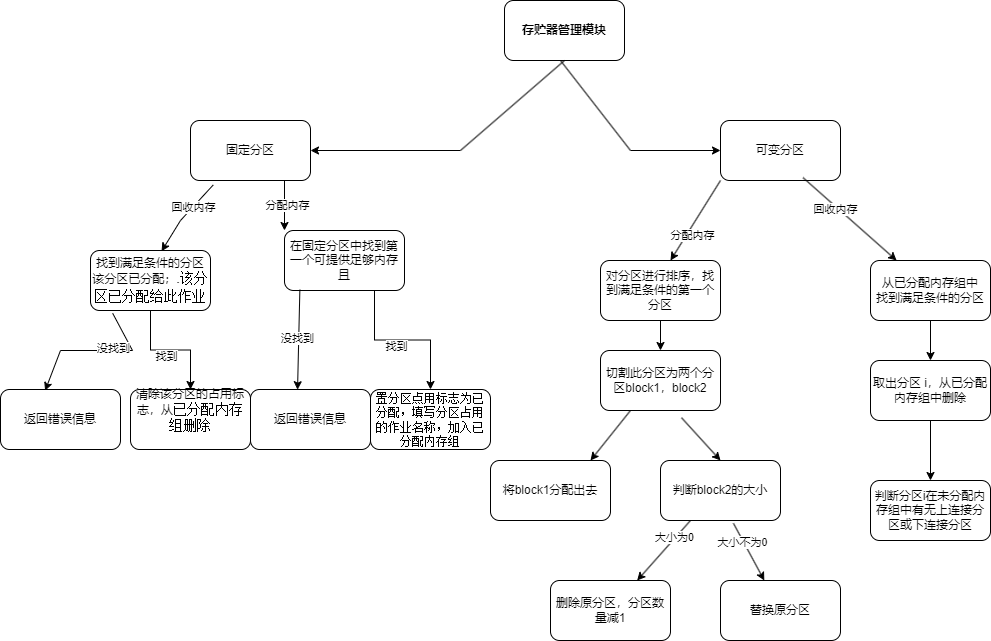
Before: draw.io/存贮器管理模块设计.drawio.png, a diagram exported from draw.io (Nessential/draw.io). Source tidied: cells renumbered, new cells last; positions are measured from the earlier drawing's top-left corner, leaving out a move shared by most shapes.
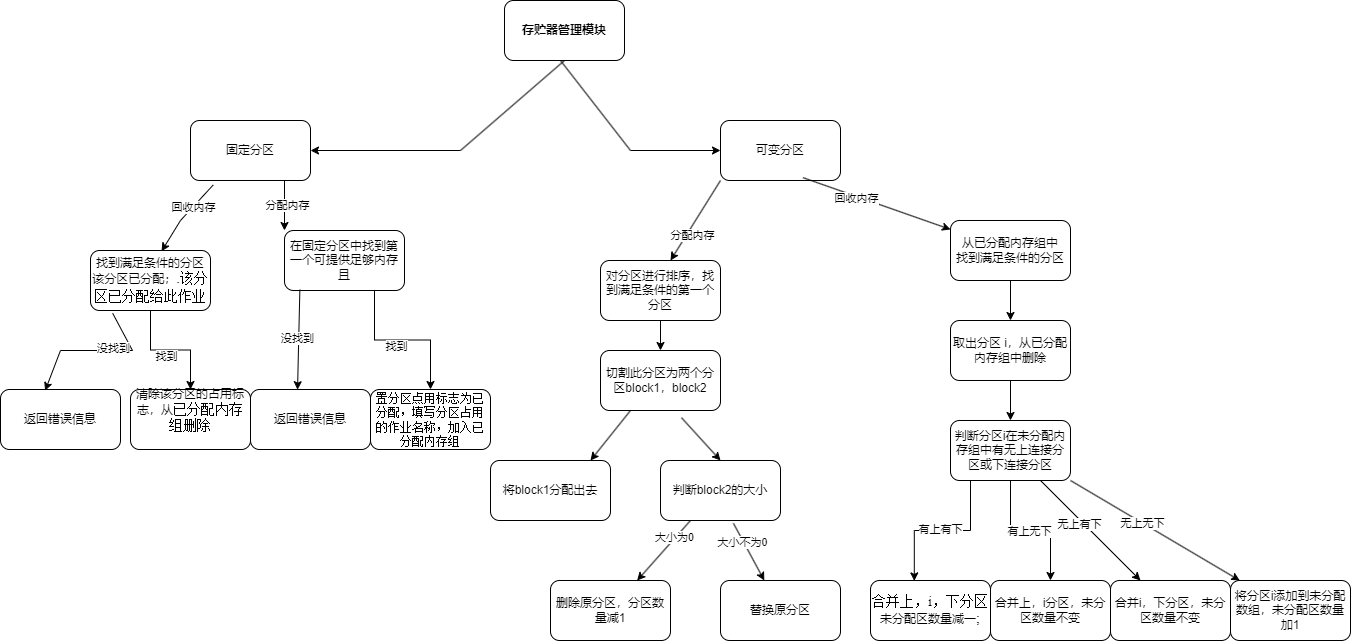
The same file after the commit.

Commit message:
更新存贮器管理模块设计.drawio.png

Diff of the diagram source:
```diff
@@ -164,16 +164,61 @@
       <mxGeometry relative="1" as="geometry" />
     </mxCell>
     <mxCell id="45" value="从已分配内存组中&lt;br&gt;找到满足条件的分区" style="rounded=1;whiteSpace=wrap;html=1;" parent="1" vertex="1">
-      <mxGeometry x="870" y="260" width="120" height="60" as="geometry" />
+      <mxGeometry x="950" y="220" width="120" height="60" as="geometry" />
     </mxCell>
     <mxCell id="46" style="edgeStyle=orthogonalEdgeStyle;rounded=0;jettySize=auto;html=1;" parent="1" edge="1" source="47" target="48">
       <mxGeometry relative="1" as="geometry" />
     </mxCell>
     <mxCell id="47" value="取出分区 i，从已分配内存组中删除" style="whiteSpace=wrap;html=1;rounded=1;" parent="1" vertex="1">
-      <mxGeometry x="870" y="360" width="120" height="60" as="geometry" />
+      <mxGeometry x="950" y="320" width="120" height="60" as="geometry" />
     </mxCell>
+    <mxCell id="49" style="edgeStyle=orthogonalEdgeStyle;rounded=0;jettySize=auto;html=1;entryX=0.365;entryY=0.007;entryDx=0;entryDy=0;entryPerimeter=0;" parent="1" edge="1" source="48" target="53">
+      <mxGeometry relative="1" as="geometry">
+        <Array as="points">
+          <mxPoint x="970" y="530" />
+          <mxPoint x="914" y="530" />
+        </Array>
+      </mxGeometry>
+    </mxCell>
+    <mxCell id="50" value="有上有下" style="edgeLabel;html=1;align=center;verticalAlign=middle;" parent="49" vertex="1">
+      <mxGeometry x="0.03" y="-2" relative="1" as="geometry" />
+    </mxCell>
+    <mxCell id="51" style="edgeStyle=orthogonalEdgeStyle;rounded=0;jettySize=auto;html=1;" parent="1" edge="1" source="48" target="54">
+      <mxGeometry relative="1" as="geometry" />
+    </mxCell>
+    <mxCell id="52" value="有上无下" style="edgeLabel;html=1;align=center;verticalAlign=middle;" parent="51" vertex="1">
+      <mxGeometry x="-0.03" relative="1" as="geometry" />
+    </mxCell>
     <mxCell id="48" value="判断分区i在未分配内存组中有无上连接分区或下连接分区" style="whiteSpace=wrap;html=1;rounded=1;" parent="1" vertex="1">
-      <mxGeometry x="870" y="480" width="120" height="60" as="geometry" />
+      <mxGeometry x="950" y="420" width="120" height="60" as="geometry" />
     </mxCell>
+    <mxCell id="53" value="&lt;span style=&quot;font-size:10.5pt;&lt;br/&gt;mso-bidi-font-size:12.0pt;font-family:&amp;quot;Times New Roman&amp;quot;,serif;mso-fareast-font-family:&lt;br/&gt;宋体;mso-font-kerning:1.0pt;mso-ansi-language:EN-US;mso-fareast-language:ZH-CN;&lt;br/&gt;mso-bidi-language:AR-SA&quot; lang=&quot;EN-US&quot;&gt;合并上，i，下分区&lt;br&gt;&lt;/span&gt;未分配区数量减一&lt;span style=&quot;font-size:10.5pt;mso-bidi-font-size:12.0pt;font-family:&amp;quot;Times New Roman&amp;quot;,serif;&lt;br/&gt;mso-fareast-font-family:宋体;mso-font-kerning:1.0pt;mso-ansi-language:EN-US;&lt;br/&gt;mso-fareast-language:ZH-CN;mso-bidi-language:AR-SA&quot; lang=&quot;EN-US&quot;&gt;;&lt;/span&gt;" style="whiteSpace=wrap;html=1;rounded=1;" parent="1" vertex="1">
+      <mxGeometry x="870" y="580" width="120" height="60" as="geometry" />
+    </mxCell>
+    <mxCell id="54" value="合并上，i分区，未分区数量不变" style="rounded=1;whiteSpace=wrap;html=1;" parent="1" vertex="1">
+      <mxGeometry x="990" y="580" width="120" height="60" as="geometry" />
+    </mxCell>
+    <mxCell id="55" style="endArrow=classic;html=1;rounded=0;exitX=0.75;exitY=1;exitDx=0;exitDy=0;" parent="1" edge="1" source="48" target="57">
+      <mxGeometry relative="1" as="geometry">
+        <Array as="points">
+          <mxPoint x="1090" y="530" />
+        </Array>
+      </mxGeometry>
+    </mxCell>
+    <mxCell id="56" value="无上有下" style="edgeLabel;html=1;align=center;verticalAlign=middle;" parent="55" vertex="1">
+      <mxGeometry x="-0.18" y="-4" relative="1" as="geometry" />
+    </mxCell>
+    <mxCell id="57" value="合并i，下分区，未分区数量不变" style="rounded=1;whiteSpace=wrap;html=1;" parent="1" vertex="1">
+      <mxGeometry x="1110" y="580" width="120" height="60" as="geometry" />
+    </mxCell>
+    <mxCell id="58" style="endArrow=classic;html=1;rounded=0;exitX=1;exitY=1;exitDx=0;exitDy=0;" parent="1" edge="1" source="48" target="60">
+      <mxGeometry relative="1" as="geometry" />
+    </mxCell>
+    <mxCell id="59" value="无上无下" style="edgeLabel;html=1;align=center;verticalAlign=middle;" parent="58" vertex="1">
+      <mxGeometry x="-0.15" relative="1" as="geometry" />
+    </mxCell>
+    <mxCell id="60" value="将分区i添加到未分配数组，未分配区数量加1" style="rounded=1;whiteSpace=wrap;html=1;" parent="1" vertex="1">
+      <mxGeometry x="1230" y="580" width="120" height="60" as="geometry" />
+    </mxCell>
   </root>
 </mxGraphModel>
```
